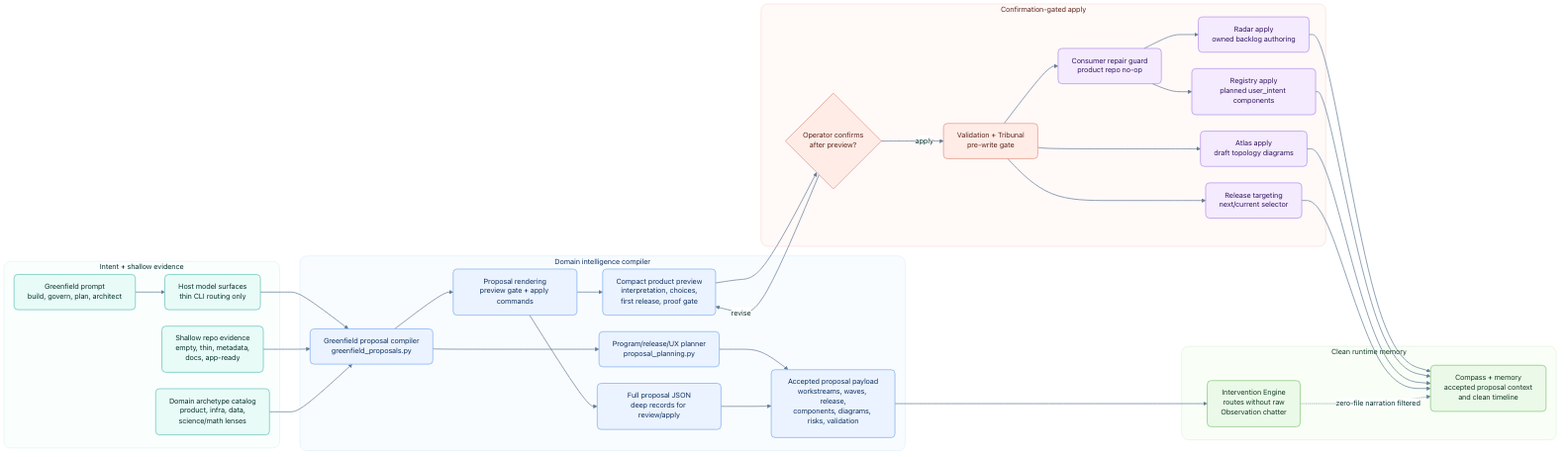
odylith/odylith keeps this Mermaid diagram as odylith/atlas/source/domain-intelligence-greenfield-governance.png. Above is the earlier version. Its source is kept beside it as odylith/atlas/source/domain-intelligence-greenfield-governance.mmd.
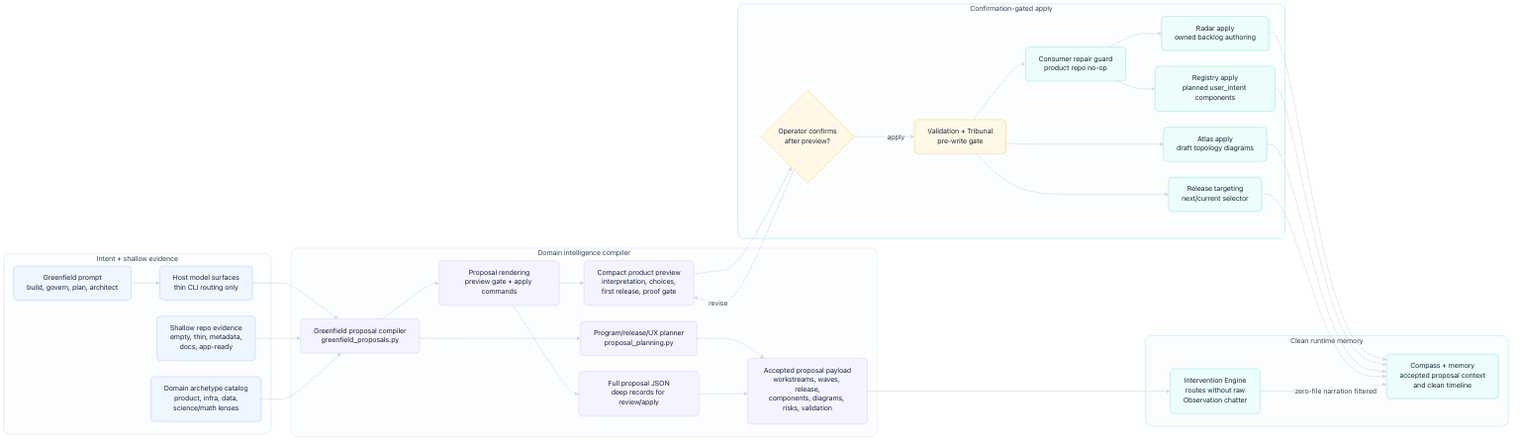
After the change.

Diff of the diagram source:
```diff
@@ -58,19 +58,19 @@
     release --> compass
     intervention -. "zero-file narration filtered" .-> compass
 
-    classDef input fill:#e8fbf7,stroke:#5bbfb2,color:#062f2b,stroke-width:1.2px;
-    classDef intelligence fill:#eaf3ff,stroke:#77a9ef,color:#102f5f,stroke-width:1.2px;
-    classDef decision fill:#ffece7,stroke:#df8f7d,color:#5c2418,stroke-width:1.3px;
-    classDef apply fill:#f4ebff,stroke:#ad8ae6,color:#31135f,stroke-width:1.2px;
-    classDef memory fill:#ebf9e8,stroke:#7ec373,color:#0f3a24,stroke-width:1.2px;
+    classDef input fill:#EFF6FF,stroke:#BFD7FE,color:#17233A,stroke-width:1.2px;
+    classDef intelligence fill:#F5F3FF,stroke:#DDD6FE,color:#17233A,stroke-width:1.2px;
+    classDef decision fill:#FFF8E6,stroke:#F6D98B,color:#17233A,stroke-width:1.3px;
+    classDef apply fill:#ECFDFB,stroke:#A7E9E3,color:#17233A,stroke-width:1.2px;
+    classDef memory fill:#ECFDFB,stroke:#A7E9E3,color:#17233A,stroke-width:1.2px;
     class prompt,host,source,catalog input;
     class compiler,planning,rendering,preview,fulljson,proposal intelligence;
     class confirm,tribunal decision;
     class lane_guard,radar,registry,atlas,release apply;
     class intervention,compass memory;
 
-    style intent_lane fill:#effcf9,stroke:#9bd8cf,stroke-width:1px,color:#062f2b
-    style reasoning_lane fill:#f1f7ff,stroke:#a8c7f7,stroke-width:1px,color:#102f5f
-    style confirmation_lane fill:#fff3f0,stroke:#efb3a4,stroke-width:1px,color:#5c2418
-    style memory_lane fill:#f2fbef,stroke:#a9d69e,stroke-width:1px,color:#0f3a24
-    linkStyle default stroke:#647d96,stroke-width:1.45px
+    style intent_lane fill:#FBFDFF,stroke:#BFD7FE,stroke-width:1px,color:#334155
+    style reasoning_lane fill:#FBFDFF,stroke:#DDD6FE,stroke-width:1px,color:#334155
+    style confirmation_lane fill:#FBFDFF,stroke:#F6D98B,stroke-width:1px,color:#334155
+    style memory_lane fill:#FBFDFF,stroke:#A7E9E3,stroke-width:1px,color:#334155
+    linkStyle default stroke:#B9C7D8,stroke-width:1.25px
```
